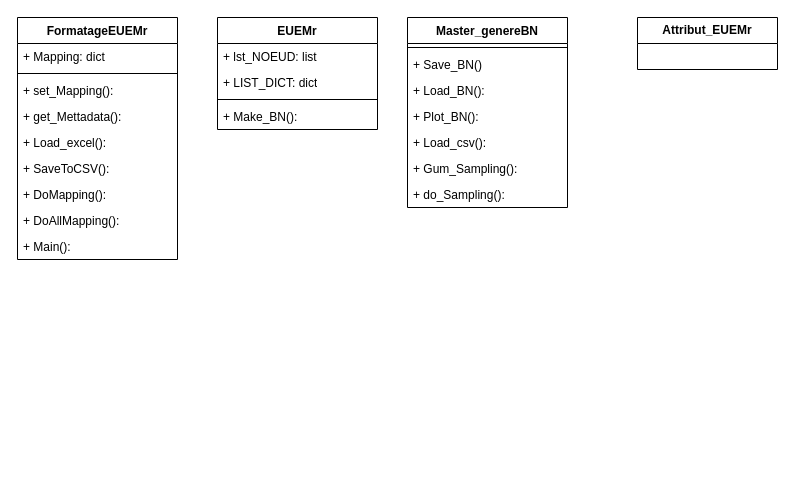
This is documentation/cls.drawio from Febricant/sampler-simparc, a draw.io file, before an edit. Source tidied: cells renumbered, new cells numbered last; positions are measured from the earlier drawing's top-left corner, leaving out a move shared by most shapes. Both pictures are drawn from the tidied source at 100%, with x=0, y=0 at pixel (17, 17).
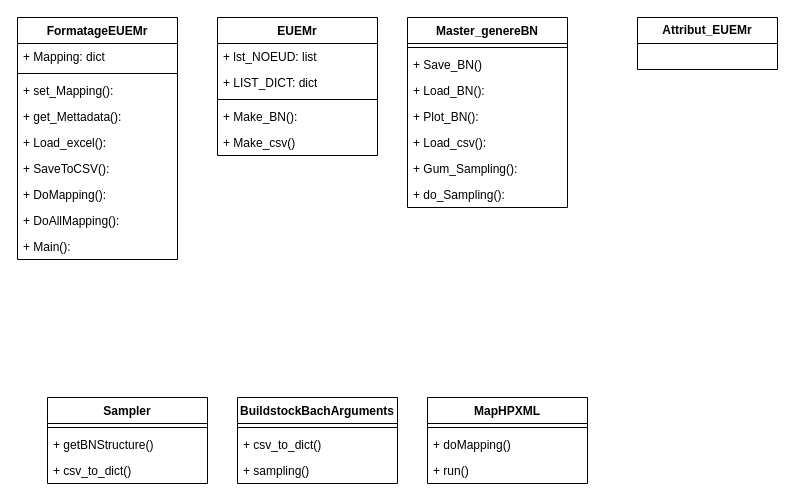
The same diagram, later.

Diff of the diagram source:
```diff
@@
     <mxCell id="13" value="EUEMr" style="swimlane;fontStyle=1;align=center;verticalAlign=top;horizontal=1;startSize=26;whiteSpace=wrap;html=1;" parent="1" vertex="1">
-      <mxGeometry x="200" width="160" height="112" as="geometry" />
+      <mxGeometry x="200" width="160" height="138" as="geometry" />
     </mxCell>
@@
+    <mxCell id="26" value="+ Make_csv()" style="text;strokeColor=none;fillColor=none;align=left;verticalAlign=top;spacingLeft=4;spacingRight=4;overflow=hidden;whiteSpace=wrap;html=1;" parent="13" vertex="1">
+      <mxGeometry y="112" width="160" height="26" as="geometry" />
+    </mxCell>
@@
+    <mxCell id="27" value="Sampler" style="swimlane;fontStyle=1;align=center;verticalAlign=top;horizontal=1;startSize=26;whiteSpace=wrap;html=1;" parent="1" vertex="1">
+      <mxGeometry x="30" y="380" width="160" height="86" as="geometry" />
+    </mxCell>
+    <mxCell id="28" style="line;strokeWidth=1;fillColor=none;align=left;verticalAlign=middle;spacingTop=-1;spacingLeft=3;spacingRight=3;labelPosition=right;strokeColor=inherit;" parent="27" vertex="1">
+      <mxGeometry y="26" width="160" height="8" as="geometry" />
+    </mxCell>
+    <mxCell id="29" value="+ getBNStructure()" style="text;strokeColor=none;fillColor=none;align=left;verticalAlign=top;spacingLeft=4;spacingRight=4;overflow=hidden;whiteSpace=wrap;html=1;" parent="27" vertex="1">
+      <mxGeometry y="34" width="160" height="26" as="geometry" />
+    </mxCell>
+    <mxCell id="30" value="+ csv_to_dict()" style="text;strokeColor=none;fillColor=none;align=left;verticalAlign=top;spacingLeft=4;spacingRight=4;overflow=hidden;whiteSpace=wrap;html=1;" parent="27" vertex="1">
+      <mxGeometry y="60" width="160" height="26" as="geometry" />
+    </mxCell>
+    <mxCell id="31" value="BuildstockBachArguments" style="swimlane;fontStyle=1;align=center;verticalAlign=top;horizontal=1;startSize=26;whiteSpace=wrap;html=1;" parent="1" vertex="1">
+      <mxGeometry x="220" y="380" width="160" height="86" as="geometry" />
+    </mxCell>
+    <mxCell id="32" style="line;strokeWidth=1;fillColor=none;align=left;verticalAlign=middle;spacingTop=-1;spacingLeft=3;spacingRight=3;labelPosition=right;strokeColor=inherit;" parent="31" vertex="1">
+      <mxGeometry y="26" width="160" height="8" as="geometry" />
+    </mxCell>
+    <mxCell id="33" value="+ csv_to_dict()" style="text;strokeColor=none;fillColor=none;align=left;verticalAlign=top;spacingLeft=4;spacingRight=4;overflow=hidden;whiteSpace=wrap;html=1;" parent="31" vertex="1">
+      <mxGeometry y="34" width="160" height="26" as="geometry" />
+    </mxCell>
+    <mxCell id="34" value="+ sampling()" style="text;strokeColor=none;fillColor=none;align=left;verticalAlign=top;spacingLeft=4;spacingRight=4;overflow=hidden;whiteSpace=wrap;html=1;" parent="31" vertex="1">
+      <mxGeometry y="60" width="160" height="26" as="geometry" />
+    </mxCell>
+    <mxCell id="35" value="MapHPXML" style="swimlane;fontStyle=1;align=center;verticalAlign=top;horizontal=1;startSize=26;whiteSpace=wrap;html=1;" parent="1" vertex="1">
+      <mxGeometry x="410" y="380" width="160" height="86" as="geometry" />
+    </mxCell>
+    <mxCell id="36" style="line;strokeWidth=1;fillColor=none;align=left;verticalAlign=middle;spacingTop=-1;spacingLeft=3;spacingRight=3;labelPosition=right;strokeColor=inherit;" parent="35" vertex="1">
+      <mxGeometry y="26" width="160" height="8" as="geometry" />
+    </mxCell>
+    <mxCell id="37" value="+ doMapping()" style="text;strokeColor=none;fillColor=none;align=left;verticalAlign=top;spacingLeft=4;spacingRight=4;overflow=hidden;whiteSpace=wrap;html=1;" parent="35" vertex="1">
+      <mxGeometry y="34" width="160" height="26" as="geometry" />
+    </mxCell>
+    <mxCell id="38" value="+ run()" style="text;strokeColor=none;fillColor=none;align=left;verticalAlign=top;spacingLeft=4;spacingRight=4;overflow=hidden;whiteSpace=wrap;html=1;" parent="35" vertex="1">
+      <mxGeometry y="60" width="160" height="26" as="geometry" />
+    </mxCell>
```
